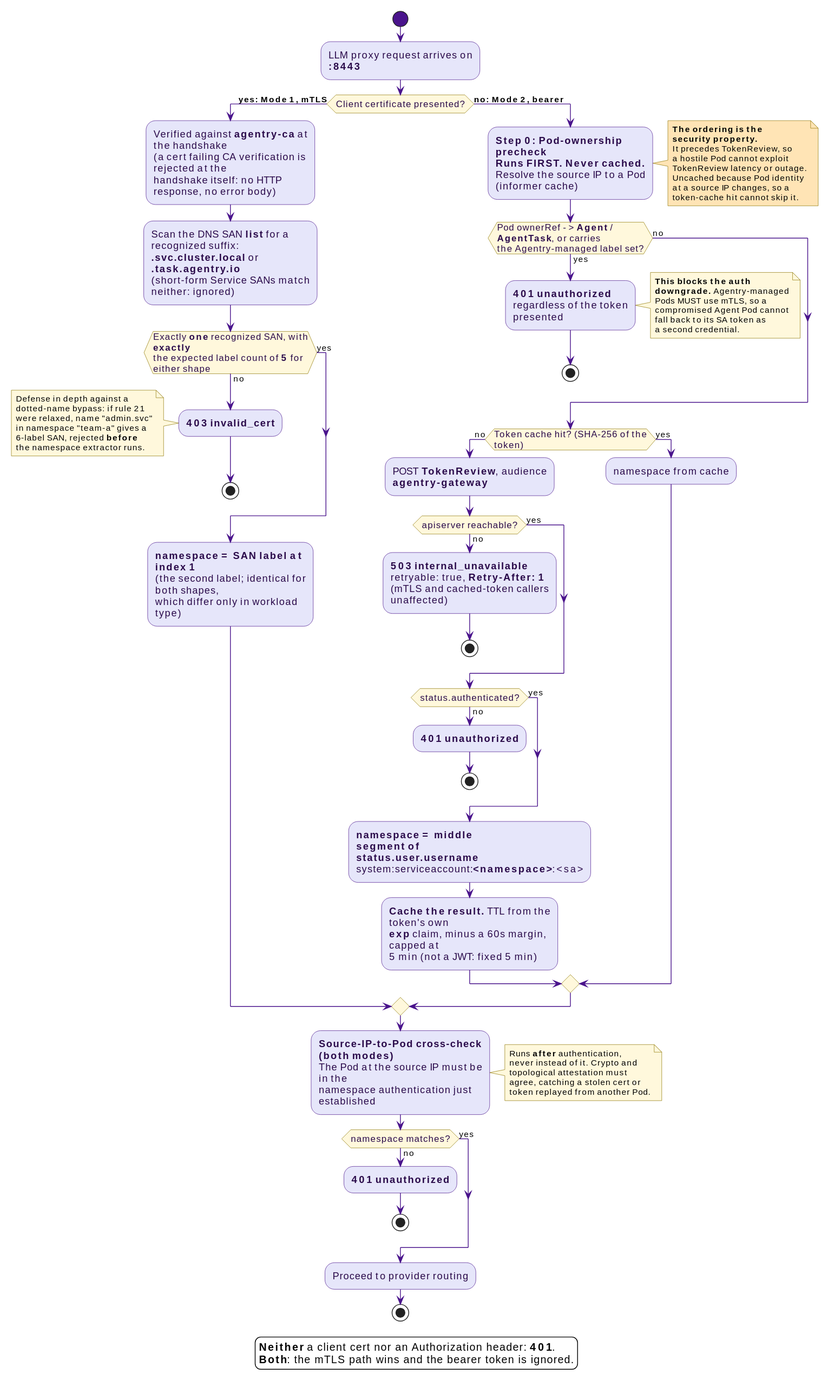
This is docs/src/diagrams/workload-auth-modes.svg from win07xp/kaalm, a PlantUML export, as it was before one commit.
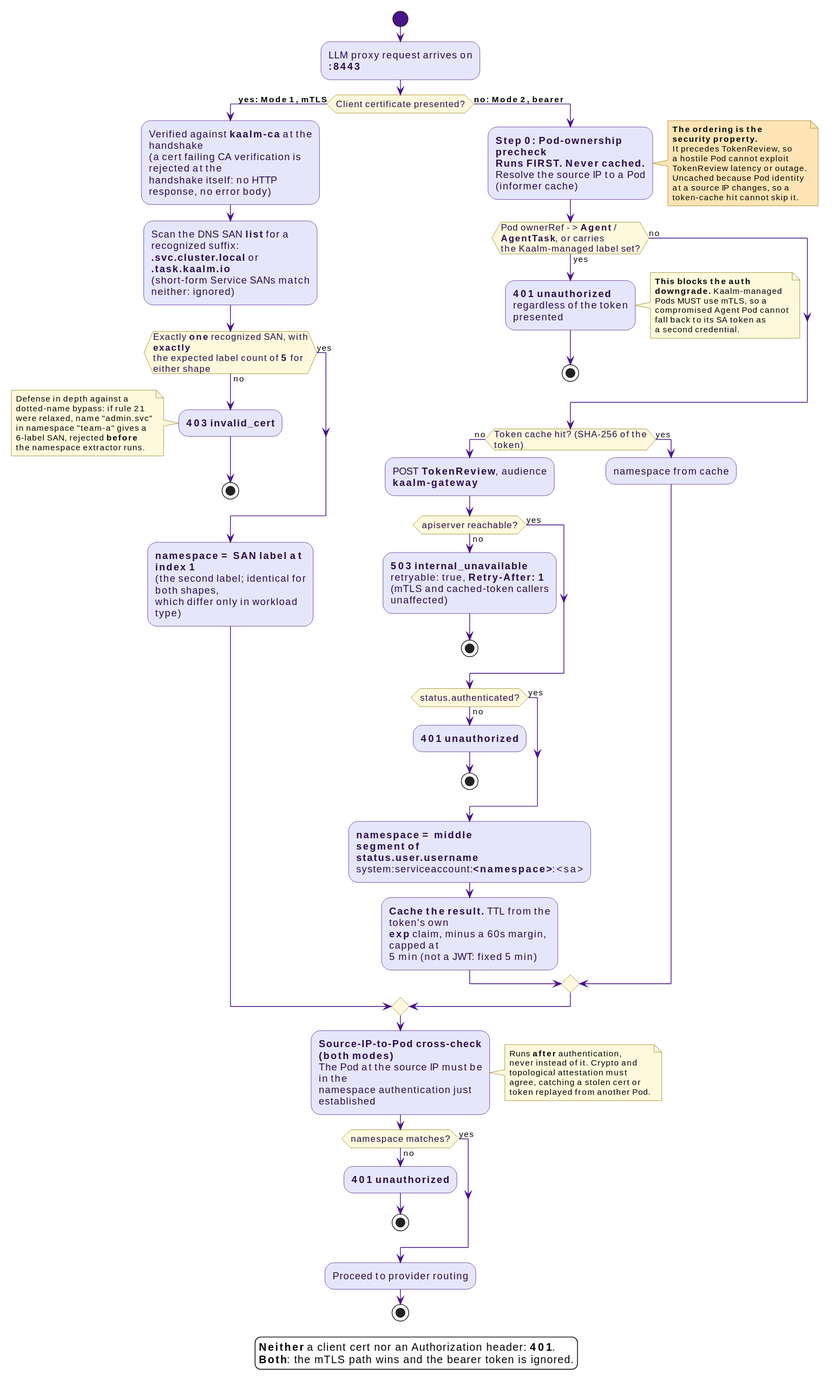
The same diagram one commit later.

What changed in the source:
```diff
@@ -6,9 +6,9 @@
 
 if (Client certificate presented?) then (**yes: Mode 1, mTLS**)
 
-  :Verified against **agentry-ca** at the handshake\n(a cert failing CA verification is rejected at the\nhandshake itself: no HTTP response, no error body);
+  :Verified against **kaalm-ca** at the handshake\n(a cert failing CA verification is rejected at the\nhandshake itself: no HTTP response, no error body);
 
-  :Scan the DNS SAN **list** for a recognized suffix:\n**.svc.cluster.local** or **.task.agentry.io**\n(short-form Service SANs match neither: ignored);
+  :Scan the DNS SAN **list** for a recognized suffix:\n**.svc.cluster.local** or **.task.kaalm.io**\n(short-form Service SANs match neither: ignored);
 
   if (Exactly **one** recognized SAN, with **exactly**\nthe expected label count of **5** for either shape) then (no)
     :**403 invalid_cert**;
@@ -40,11 +40,11 @@
     token-cache hit cannot skip it.
   end note
 
-  if (Pod ownerRef -> **Agent** / **AgentTask**, or carries\nthe Agentry-managed label set?) then (yes)
+  if (Pod ownerRef -> **Agent** / **AgentTask**, or carries\nthe Kaalm-managed label set?) then (yes)
     :**401 unauthorized**\nregardless of the token presented;
     note right
       **This blocks the auth**
-      **downgrade.** Agentry-managed
+      **downgrade.** Kaalm-managed
       Pods MUST use mTLS, so a
       compromised Agent Pod cannot
       fall back to its SA token as
@@ -55,7 +55,7 @@
   endif
 
   if (Token cache hit? (SHA-256 of the token)) then (no)
-    :POST **TokenReview**, audience **agentry-gateway**;
+    :POST **TokenReview**, audience **kaalm-gateway**;
 
     if (apiserver reachable?) then (no)
       :**503 internal_unavailable**\nretryable: true, **Retry-After: 1**\n(mTLS and cached-token callers unaffected);
```
